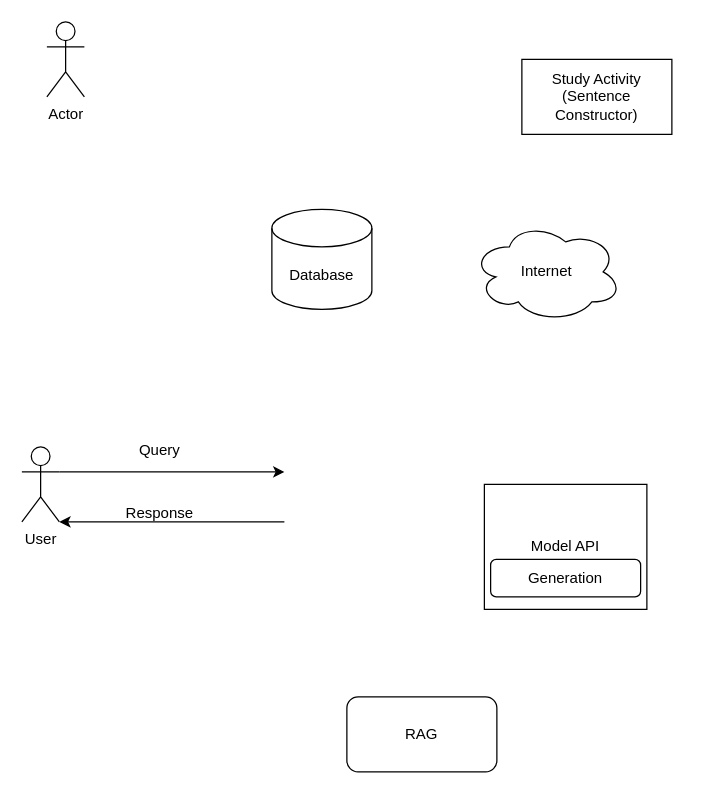
Earlier version of the draw.io diagram LangApp Diagram.drawio (0xSardius/langapp-diagram). Source tidied: cells renumbered, new cells numbered last; positions are measured from the earlier drawing's top-left corner, leaving out a move shared by most shapes. Both pictures are drawn from the tidied source at 125%, with x=0, y=0 at pixel (21, 21).
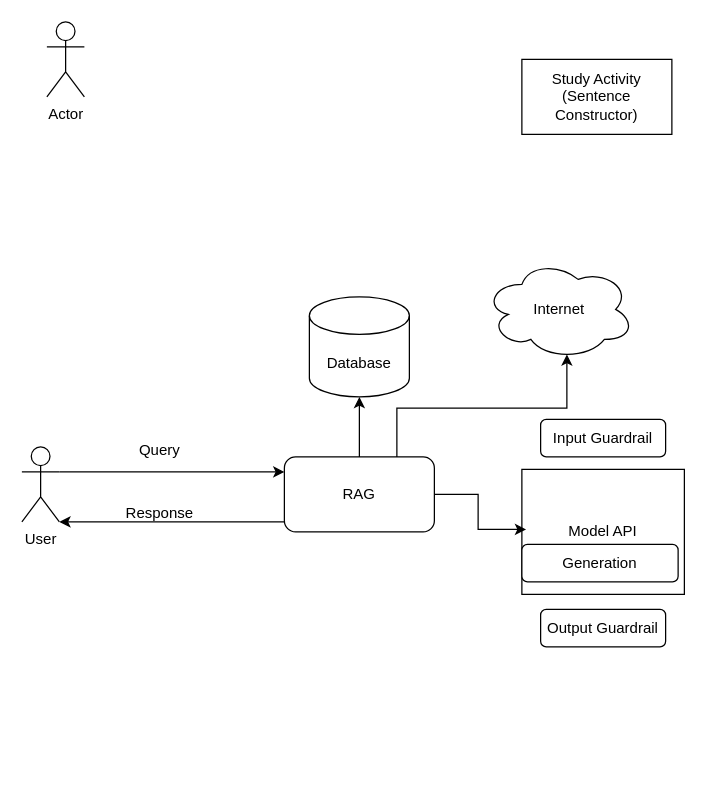
After the change.

Unchanged cells that the change refers to:
```xml
<mxCell id="6" value="Model API" style="rounded=0;whiteSpace=wrap;html=1;align=center;" parent="5" vertex="1">
  <mxGeometry width="130" height="100" as="geometry" />
</mxCell>
```

Change to the diagram source:
```diff
@@
     <mxCell id="5" style="group;" parent="1" vertex="1">
-      <mxGeometry x="370" y="370" width="130" height="100" as="geometry" />
+      <mxGeometry x="400" y="358" width="130" height="100" as="geometry" />
     </mxCell>
@@
     <mxCell id="7" value="Generation" style="rounded=1;whiteSpace=wrap;html=1;" parent="5" vertex="1">
-      <mxGeometry x="5" y="60" width="120" height="30" as="geometry" />
+      <mxGeometry y="60" width="125" height="30" as="geometry" />
     </mxCell>
@@
     <mxCell id="12" value="RAG" style="rounded=1;whiteSpace=wrap;html=1;" parent="1" vertex="1">
-      <mxGeometry x="260" y="540" width="120" height="60" as="geometry" />
+      <mxGeometry x="210" y="348" width="120" height="60" as="geometry" />
     </mxCell>
     <mxCell id="13" value="Database" style="shape=cylinder3;whiteSpace=wrap;html=1;boundedLbl=1;backgroundOutline=1;size=15;" parent="1" vertex="1">
-      <mxGeometry x="200" y="150" width="80" height="80" as="geometry" />
+      <mxGeometry x="230" y="220" width="80" height="80" as="geometry" />
     </mxCell>
     <mxCell id="14" value="Internet" style="ellipse;shape=cloud;whiteSpace=wrap;html=1;" parent="1" vertex="1">
-      <mxGeometry x="360" y="160" width="120" height="80" as="geometry" />
+      <mxGeometry x="370" y="190" width="120" height="80" as="geometry" />
     </mxCell>
+    <mxCell id="15" style="edgeStyle=orthogonalEdgeStyle;rounded=0;jettySize=auto;html=1;entryX=0.026;entryY=0.48;entryDx=0;entryDy=0;entryPerimeter=0;" parent="1" edge="1" source="12" target="6">
+      <mxGeometry relative="1" as="geometry" />
+    </mxCell>
+    <mxCell id="16" style="edgeStyle=orthogonalEdgeStyle;rounded=0;jettySize=auto;html=1;entryX=0.5;entryY=1;entryDx=0;entryDy=0;entryPerimeter=0;" parent="1" edge="1" source="12" target="13">
+      <mxGeometry relative="1" as="geometry" />
+    </mxCell>
+    <mxCell id="17" style="edgeStyle=orthogonalEdgeStyle;rounded=0;jettySize=auto;html=1;exitX=0.75;exitY=0;exitDx=0;exitDy=0;entryX=0.55;entryY=0.95;entryDx=0;entryDy=0;entryPerimeter=0;" parent="1" edge="1" source="12" target="14">
+      <mxGeometry relative="1" as="geometry" />
+    </mxCell>
+    <mxCell id="18" value="Input Guardrail" style="rounded=1;whiteSpace=wrap;html=1;" parent="1" vertex="1">
+      <mxGeometry x="415" y="318" width="100" height="30" as="geometry" />
+    </mxCell>
+    <mxCell id="19" value="Output Guardrail" style="rounded=1;whiteSpace=wrap;html=1;" parent="1" vertex="1">
+      <mxGeometry x="415" y="470" width="100" height="30" as="geometry" />
+    </mxCell>
```
